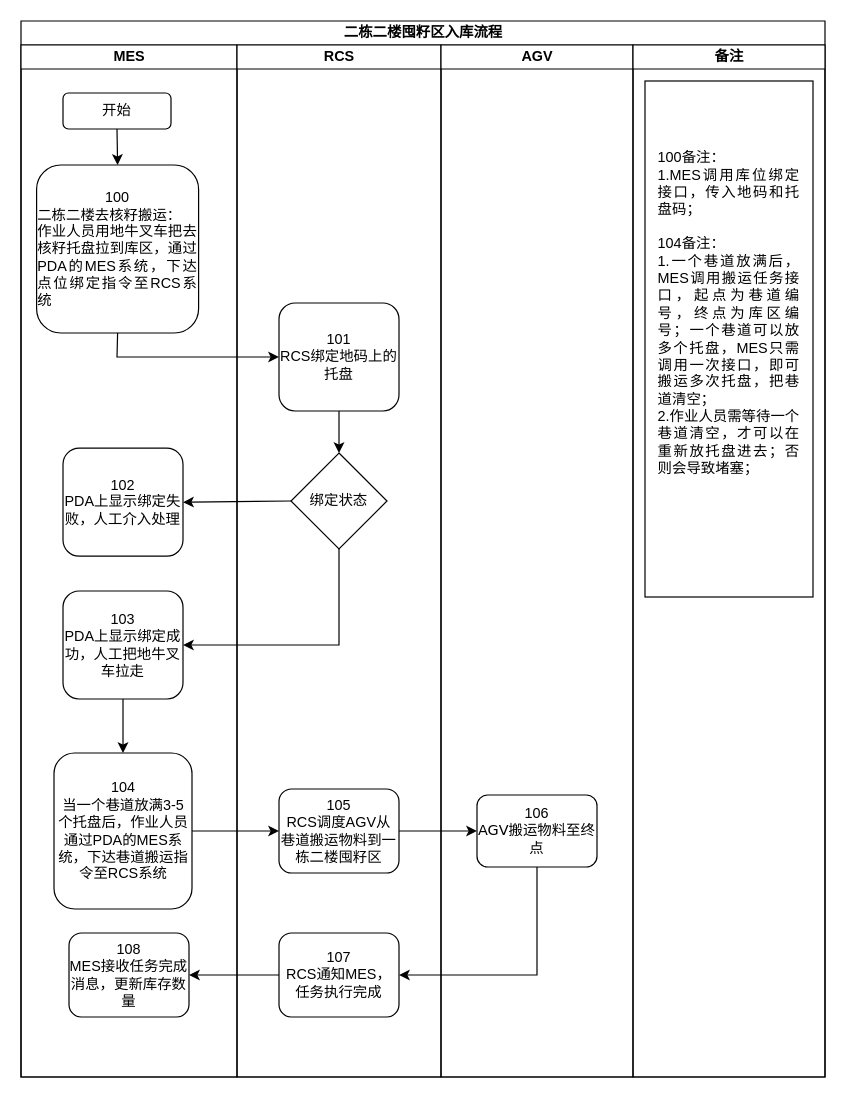
The draw.io diagram page "二栋二楼囤籽区入库流程" (5 of 18) of data/伍子醉-无MES业务流程图.drawio in chenyanxi/hosts, before the edit. Source tidied: cells renumbered, new cells numbered last; positions are measured from the earlier drawing's top-left corner, leaving out a move shared by most shapes. Both pictures are drawn from the tidied source at 120%, with x=0, y=0 at pixel (20, 20).
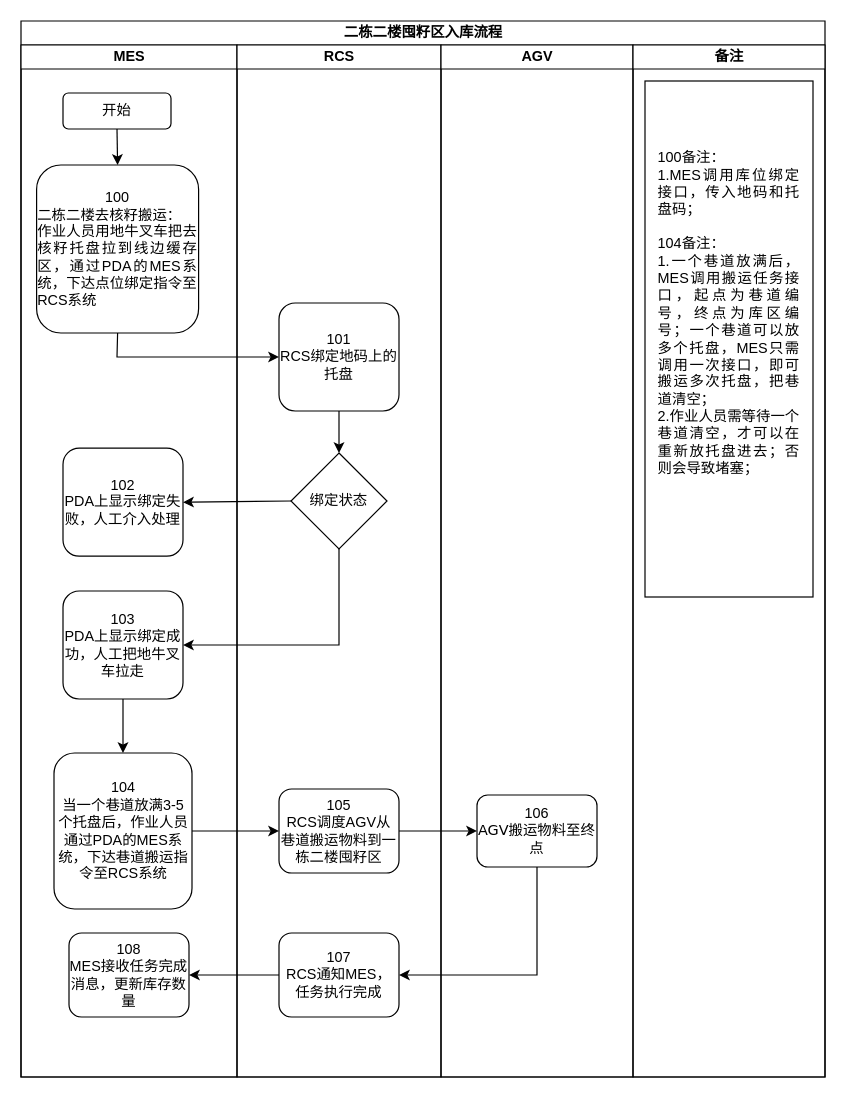
After the change.

Unchanged cells that the change refers to:
```xml
<mxCell id="3" value="MES" style="swimlane;html=1;startSize=20;" parent="2" vertex="1">
  <mxGeometry y="20" width="180" height="860" as="geometry" />
</mxCell>
```

The edit, as a diff of the source:
```diff
@@
-    <mxCell id="5" value="&lt;div style=&quot;&quot;&gt;&lt;span style=&quot;font-size: 12px; font-family: Helvetica; background-color: initial;&quot;&gt;100&lt;/span&gt;&lt;/div&gt;&lt;font style=&quot;font-size: 12px;&quot; face=&quot;Helvetica&quot;&gt;&lt;div style=&quot;text-align: justify;&quot;&gt;&lt;span style=&quot;background-color: initial;&quot;&gt;二栋二楼去核籽搬运：&lt;/span&gt;&lt;/div&gt;&lt;/font&gt;&lt;div style=&quot;text-align: justify;&quot;&gt;&lt;font style=&quot;font-size: 12px;&quot; face=&quot;Helvetica&quot;&gt;作业人员用地牛叉车把去核籽托盘拉到库区，通过PDA的MES系统，&lt;/font&gt;&lt;span style=&quot;font-family: Helvetica; font-size: 12px; background-color: initial;&quot;&gt;下达点位绑定指令至RCS系统&lt;/span&gt;&lt;/div&gt;" style="rounded=1;whiteSpace=wrap;html=1;shadow=0;labelBackgroundColor=none;strokeWidth=1;fontFamily=Verdana;fontSize=8;align=center;" parent="3" vertex="1">
+    <mxCell id="5" value="&lt;div style=&quot;&quot;&gt;&lt;span style=&quot;font-size: 12px; font-family: Helvetica; background-color: initial;&quot;&gt;100&lt;/span&gt;&lt;/div&gt;&lt;font style=&quot;font-size: 12px;&quot; face=&quot;Helvetica&quot;&gt;&lt;div style=&quot;text-align: justify;&quot;&gt;&lt;span style=&quot;background-color: initial;&quot;&gt;二栋二楼去核籽搬运：&lt;/span&gt;&lt;/div&gt;&lt;/font&gt;&lt;div style=&quot;text-align: justify;&quot;&gt;&lt;font style=&quot;font-size: 12px;&quot; face=&quot;Helvetica&quot;&gt;作业人员用地牛叉车把去核籽托盘拉到线边缓存区，通过PDA的MES系统，&lt;/font&gt;&lt;span style=&quot;font-family: Helvetica; font-size: 12px; background-color: initial;&quot;&gt;下达点位绑定指令至RCS系统&lt;/span&gt;&lt;/div&gt;" style="rounded=1;whiteSpace=wrap;html=1;shadow=0;labelBackgroundColor=none;strokeWidth=1;fontFamily=Verdana;fontSize=8;align=center;" parent="3" vertex="1">
       <mxGeometry x="13" y="100" width="135" height="140" as="geometry" />
     </mxCell>
```
